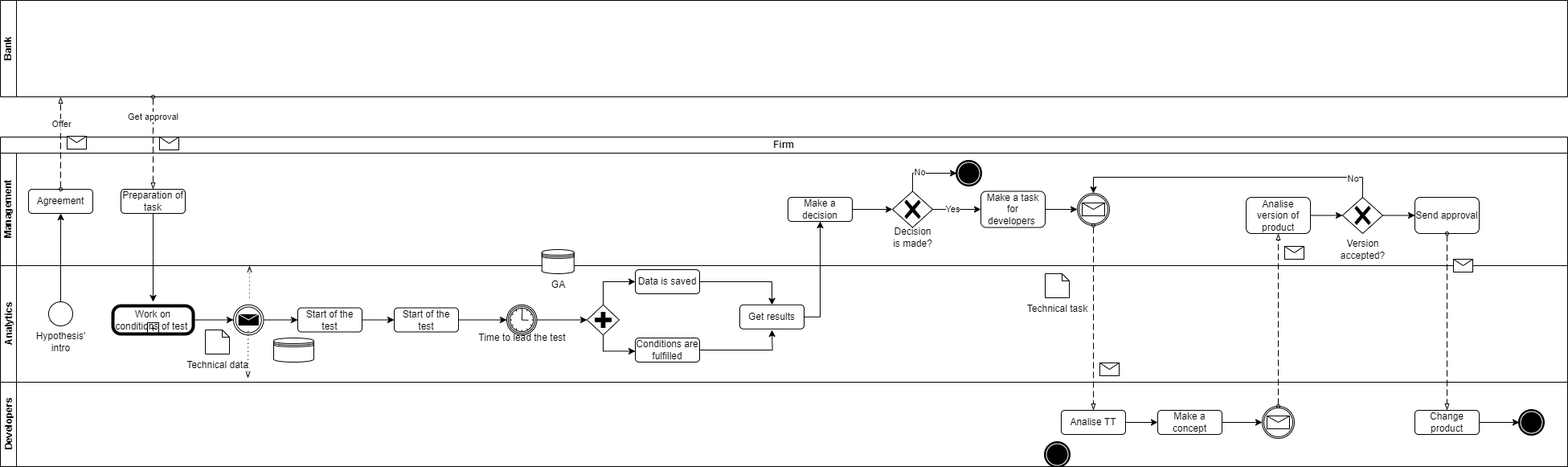
Earlier version of the draw.io export Projects/Project_analytics/Untitled Diagram.drawio.png (biblelover1/main_repo). Source tidied: cells renumbered, new cells last; positions are measured from the earlier drawing's top-left corner, leaving out a move shared by most shapes.
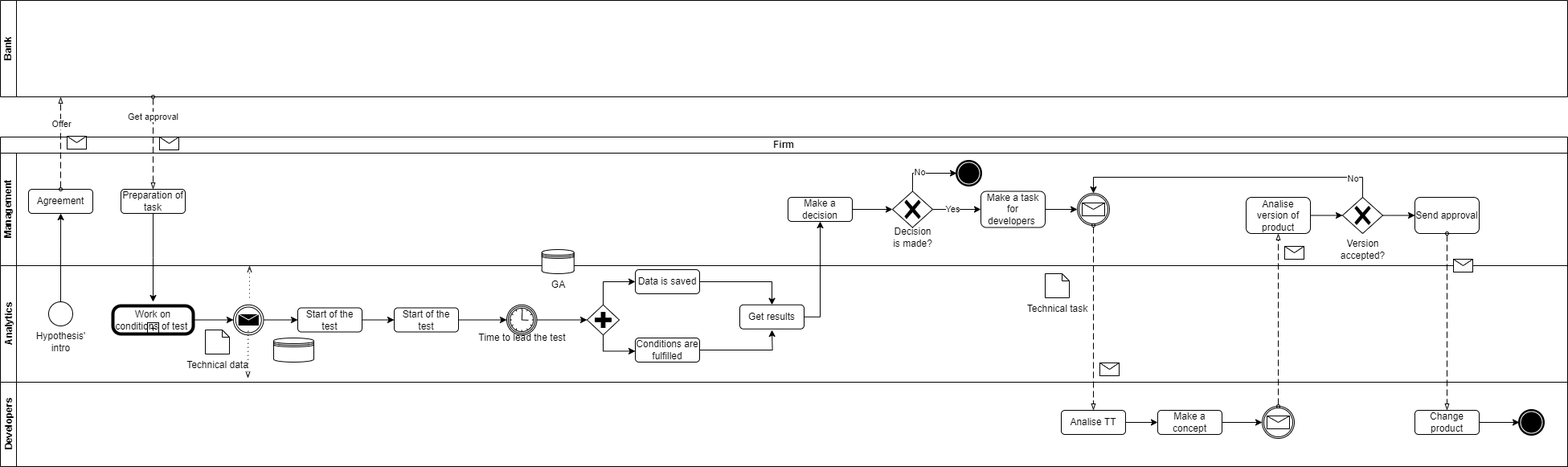
After the change.

The edit, as a diff of the source:
```diff
@@ -261,8 +261,5 @@
     <mxCell id="78" value="Get approval" style="edgeLabel;html=1;align=center;verticalAlign=middle;" parent="76" vertex="1">
       <mxGeometry x="-0.57" y="-1" relative="1" as="geometry" />
     </mxCell>
-    <mxCell id="79" style="shape=mxgraph.bpmn.event;html=1;verticalLabelPosition=bottom;labelBackgroundColor=#ffffff;verticalAlign=top;align=center;perimeter=ellipsePerimeter;outline=end;symbol=terminate;" parent="1" vertex="1">
-      <mxGeometry x="1300" y="550" width="30" height="30" as="geometry" />
-    </mxCell>
   </root>
 </mxGraphModel>
```
